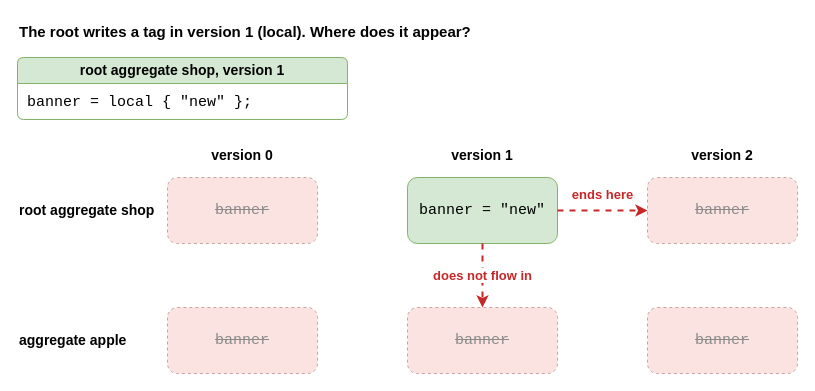
This is drawio/32_tag_mode_local.drawio from goloveshin/galimatron_doc, a draw.io file, before an edit. Source tidied: cells renumbered, new cells numbered last; positions are measured from the earlier drawing's top-left corner, leaving out a move shared by most shapes. Both pictures are drawn from the tidied source at 100%, with x=0, y=0 at pixel (17, 17).
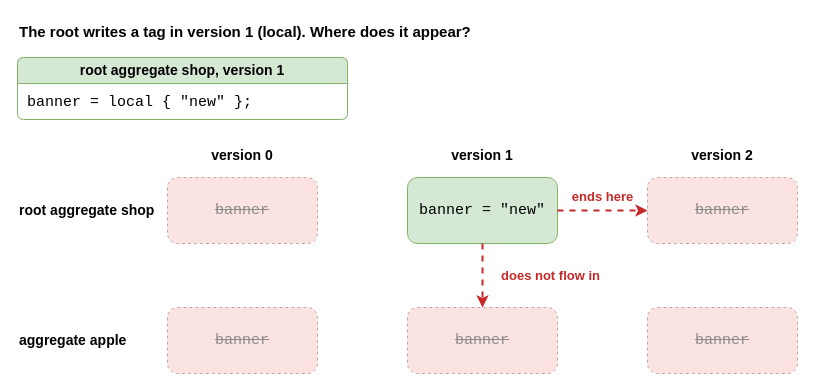
Above is the later version.

What changed in the source:
```diff
@@
 <mxGraphModel>
   <root>
     <mxCell id="0" />
     <mxCell id="1" parent="0" />
     <mxCell id="2" value="The root writes a tag in version 1 (local). Where does it appear?" style="text;html=1;whiteSpace=wrap;verticalAlign=middle;align=left;fontStyle=1;fontSize=15;" parent="1" vertex="1">
       <mxGeometry width="780" height="28" as="geometry" />
     </mxCell>
     <mxCell id="3" value="root aggregate shop, version 1" style="swimlane;whiteSpace=wrap;html=1;rounded=1;arcSize=8;startSize=26;fillColor=#d5e8d4;strokeColor=#82b366;swimlaneFillColor=#ffffff;fontStyle=1;fontSize=14;align=center;" parent="1" vertex="1">
       <mxGeometry y="40" width="330" height="62" as="geometry" />
     </mxCell>
     <mxCell id="4" value="banner = local { &quot;new&quot; };" style="text;html=1;whiteSpace=wrap;verticalAlign=top;align=left;fontFamily=Courier New;fontSize=15;spacingLeft=8;spacingTop=4;" parent="3" vertex="1">
       <mxGeometry y="26" width="330" height="36" as="geometry" />
     </mxCell>
     <mxCell id="5" value="version 0" style="text;html=1;whiteSpace=wrap;verticalAlign=middle;align=center;fontStyle=1;fontSize=14;" parent="1" vertex="1">
       <mxGeometry x="150" y="125" width="150" height="26" as="geometry" />
     </mxCell>
     <mxCell id="6" value="version 1" style="text;html=1;whiteSpace=wrap;verticalAlign=middle;align=center;fontStyle=1;fontSize=14;" parent="1" vertex="1">
       <mxGeometry x="390" y="125" width="150" height="26" as="geometry" />
     </mxCell>
     <mxCell id="7" value="version 2" style="text;html=1;whiteSpace=wrap;verticalAlign=middle;align=center;fontStyle=1;fontSize=14;" parent="1" vertex="1">
       <mxGeometry x="630" y="125" width="150" height="26" as="geometry" />
     </mxCell>
     <mxCell id="8" value="root aggregate shop" style="text;html=1;whiteSpace=wrap;verticalAlign=middle;align=left;fontStyle=1;fontSize=14;" parent="1" vertex="1">
       <mxGeometry y="160" width="140" height="66" as="geometry" />
     </mxCell>
     <mxCell id="9" value="aggregate apple" style="text;html=1;whiteSpace=wrap;verticalAlign=middle;align=left;fontStyle=1;fontSize=14;" parent="1" vertex="1">
       <mxGeometry y="290" width="140" height="66" as="geometry" />
     </mxCell>
     <mxCell id="10" value="&lt;span style=&quot;color:#8a8a8a;text-decoration:line-through;&quot;&gt;banner&lt;/span&gt;" style="rounded=1;whiteSpace=wrap;html=1;fillColor=#fbe3e1;strokeColor=#c9a3a0;dashed=1;fontFamily=Courier New;fontSize=15;" parent="1" vertex="1">
       <mxGeometry x="150" y="160" width="150" height="66" as="geometry" />
     </mxCell>
     <mxCell id="11" value="&lt;span style=&quot;color:#8a8a8a;text-decoration:line-through;&quot;&gt;banner&lt;/span&gt;" style="rounded=1;whiteSpace=wrap;html=1;fillColor=#fbe3e1;strokeColor=#c9a3a0;dashed=1;fontFamily=Courier New;fontSize=15;" parent="1" vertex="1">
       <mxGeometry x="150" y="290" width="150" height="66" as="geometry" />
     </mxCell>
     <mxCell id="12" value="banner = &quot;new&quot;" style="rounded=1;whiteSpace=wrap;html=1;fillColor=#d5e8d4;strokeColor=#82b366;fontFamily=Courier New;fontSize=15;" parent="1" vertex="1">
       <mxGeometry x="390" y="160" width="150" height="66" as="geometry" />
     </mxCell>
     <mxCell id="13" value="&lt;span style=&quot;color:#8a8a8a;text-decoration:line-through;&quot;&gt;banner&lt;/span&gt;" style="rounded=1;whiteSpace=wrap;html=1;fillColor=#fbe3e1;strokeColor=#c9a3a0;dashed=1;fontFamily=Courier New;fontSize=15;" parent="1" vertex="1">
       <mxGeometry x="390" y="290" width="150" height="66" as="geometry" />
     </mxCell>
     <mxCell id="14" value="&lt;span style=&quot;color:#8a8a8a;text-decoration:line-through;&quot;&gt;banner&lt;/span&gt;" style="rounded=1;whiteSpace=wrap;html=1;fillColor=#fbe3e1;strokeColor=#c9a3a0;dashed=1;fontFamily=Courier New;fontSize=15;" parent="1" vertex="1">
       <mxGeometry x="630" y="160" width="150" height="66" as="geometry" />
     </mxCell>
     <mxCell id="15" value="&lt;span style=&quot;color:#8a8a8a;text-decoration:line-through;&quot;&gt;banner&lt;/span&gt;" style="rounded=1;whiteSpace=wrap;html=1;fillColor=#fbe3e1;strokeColor=#c9a3a0;dashed=1;fontFamily=Courier New;fontSize=15;" parent="1" vertex="1">
       <mxGeometry x="630" y="290" width="150" height="66" as="geometry" />
     </mxCell>
-    <mxCell id="16" value="ends here" style="endArrow=classic;html=1;strokeWidth=2;strokeColor=#c62828;fontColor=#c62828;fontStyle=1;fontSize=13;labelBackgroundColor=#ffffff;edgeStyle=none;dashed=1;" parent="1" edge="1" source="12" target="14">
+    <mxCell id="16" value="ends here" style="endArrow=classic;html=1;strokeWidth=2;strokeColor=#c62828;fontColor=#c62828;fontStyle=1;fontSize=13;edgeStyle=none;dashed=1;" parent="1" edge="1" source="12" target="14">
       <mxGeometry relative="1" as="geometry">
-        <mxPoint y="-16" as="offset" />
+        <mxPoint y="-14" as="offset" />
       </mxGeometry>
     </mxCell>
-    <mxCell id="17" value="does not flow in" style="endArrow=classic;html=1;strokeWidth=2;strokeColor=#c62828;fontColor=#c62828;fontStyle=1;fontSize=13;labelBackgroundColor=#ffffff;edgeStyle=none;dashed=1;" parent="1" edge="1" source="12" target="13">
-      <mxGeometry relative="1" as="geometry" />
+    <mxCell id="17" value="does not flow in" style="endArrow=classic;html=1;strokeWidth=2;strokeColor=#c62828;fontColor=#c62828;fontStyle=1;fontSize=13;edgeStyle=none;dashed=1;" parent="1" edge="1" source="12" target="13">
+      <mxGeometry relative="1" as="geometry">
+        <mxPoint x="68" as="offset" />
+      </mxGeometry>
     </mxCell>
   </root>
 </mxGraphModel>
```
